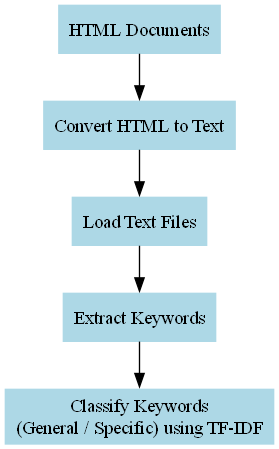
Above: workflow/workflow1.png in semanticClimate/encyclopedia (Graphviz), before the change. Its source is kept beside it as workflow/workflow1.dot.
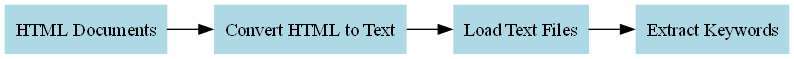
After the commit.

Diff of the diagram source:
```diff
@@ -1,12 +1,11 @@
 digraph KeywordExtractionWorkflow {
-    rankdir=TB;  // Top to Bottom layout
+    rankdir=LR;  // Top to Bottom layout
     node [shape=box, style=filled, color=lightblue];
 
     A [label="HTML Documents"];
     B [label="Convert HTML to Text"];
     C [label="Load Text Files"];
     D [label="Extract Keywords"];
-    E [label="Classify Keywords\n(General / Specific) using TF-IDF"];
 
-    A -> B -> C -> D -> E;
+    A -> B -> C -> D;
 }
```
